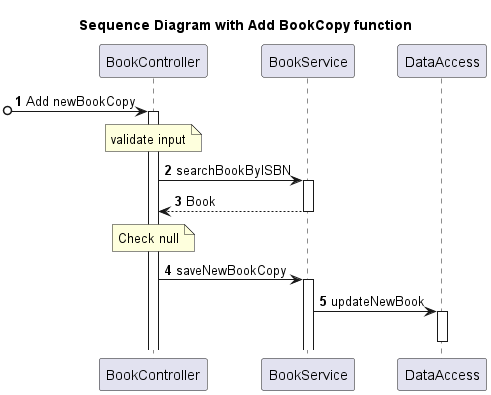
This is mpp-cs401/src/midterm/diagram/Sequence_Diagram_with_Add_BookCopy_function.png from anhvu2889/miu-cs401-mpp, a PlantUML export, as it was before one commit. The source it was exported from:
```plantuml
@startuml

title Sequence Diagram with Add BookCopy function

autonumber

participant "BookController" as bc
participant "BookService" as bs
participant "DataAccess" as da

[o-> bc++: Add newBookCopy
note over bc: validate input
bc -> bs++: searchBookByISBN
return Book

note over bc: Check null
bc -> bs++: saveNewBookCopy
bs -> da++: updateNewBook
deactivate

@enduml
```
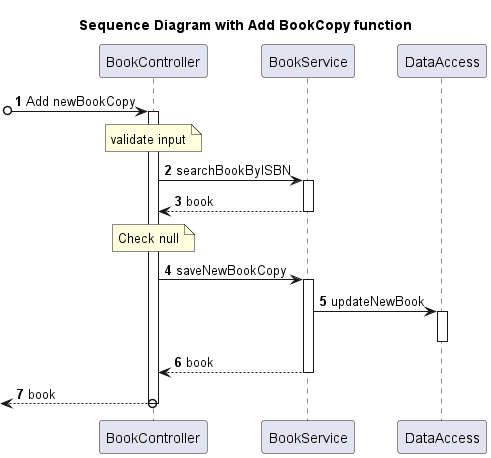
After the commit.

What changed in the source:
```diff
@@ -11,11 +11,14 @@
 [o-> bc++: Add newBookCopy
 note over bc: validate input
 bc -> bs++: searchBookByISBN
-return Book
+return book
 
 note over bc: Check null
 bc -> bs++: saveNewBookCopy
 bs -> da++: updateNewBook
-deactivate
+deactivate da
+return book
+
+return book
 
 @enduml
```
